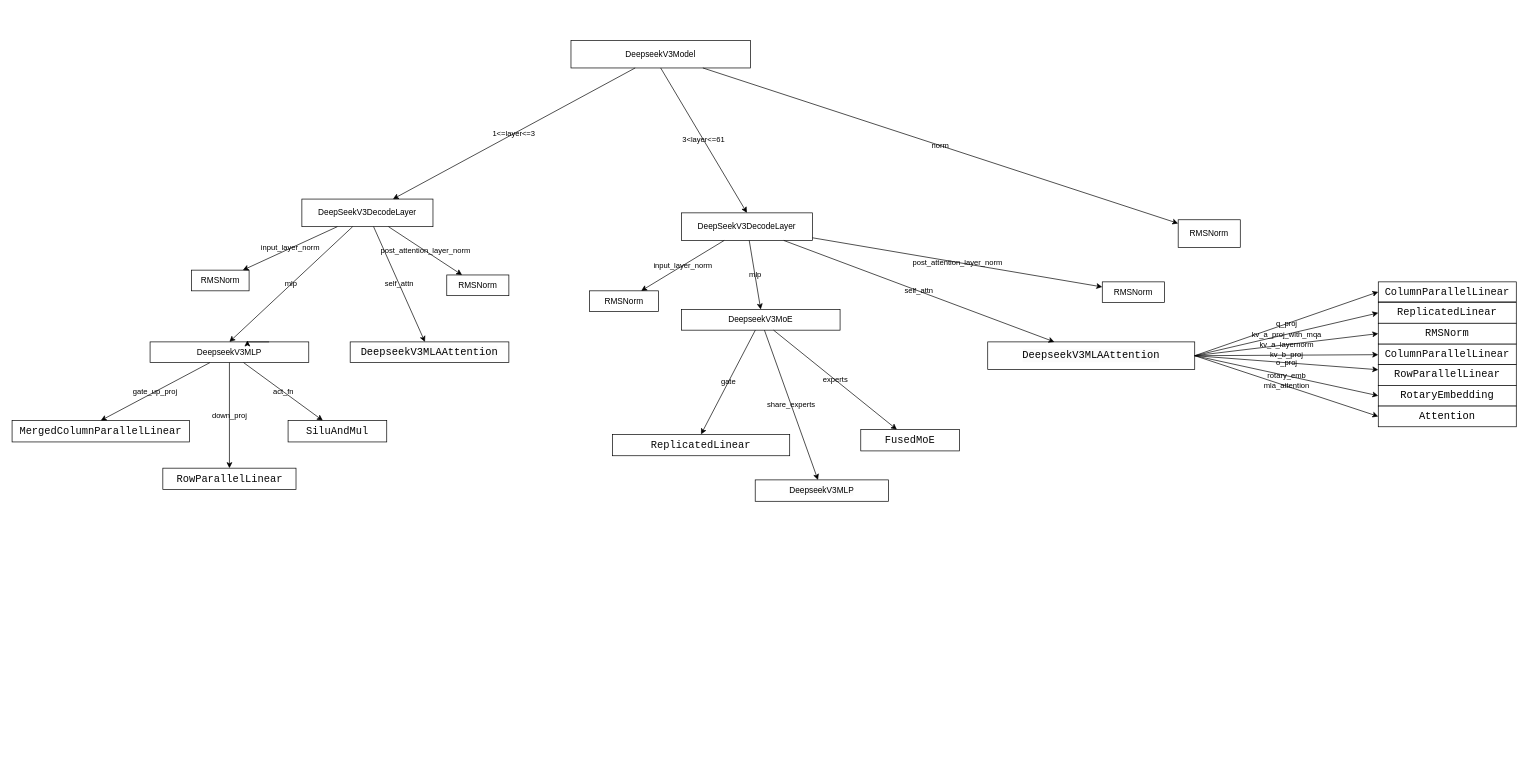
Before: page "model.deepseek_r1" (9 of 10) of vllm/engine/vllm.drawio in chaojun-zhang/vllm, a draw.io diagram. Source tidied: cells renumbered, new cells numbered last; positions are measured from the earlier drawing's top-left corner, leaving out a move shared by most shapes. Both pictures are drawn from the tidied source at 69%, with x=0, y=0 at pixel (12, 40).
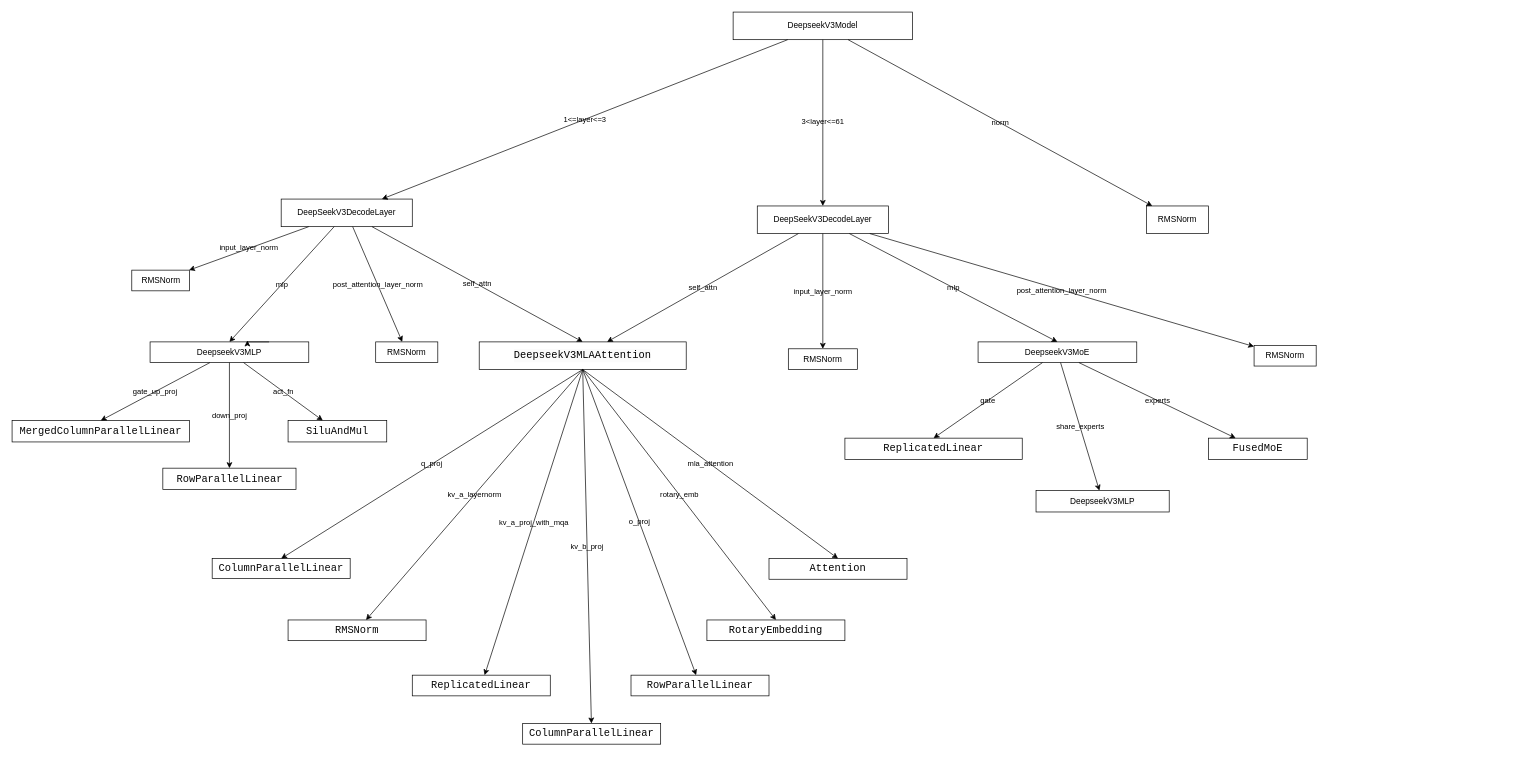
The same diagram, later.

Change to the diagram source:
```diff
@@
     <mxCell id="3" value="DeepSeekV3DecodeLayer" style="rounded=0;whiteSpace=wrap;html=1;labelBackgroundColor=none;" parent="1" vertex="1">
-      <mxGeometry x="420" y="230" width="190" height="40" as="geometry" />
+      <mxGeometry x="390" y="230" width="190" height="40" as="geometry" />
     </mxCell>
-    <mxCell id="4" value="&lt;div style=&quot;background-color: rgb(255, 255, 255); color: rgb(8, 8, 8);&quot;&gt;&lt;pre style=&quot;font-family:'JetBrains Mono',monospace;font-size:11.3pt;&quot;&gt;&lt;pre style=&quot;background-color: rgb(251, 251, 251); color: rgb(8, 8, 8); font-family: &amp;quot;JetBrains Mono&amp;quot;, monospace; font-size: 11.3pt;&quot;&gt;&lt;span style=&quot;color: rgb(0, 0, 0);&quot;&gt;DeepseekV3MLAAttention&lt;/span&gt;&lt;/pre&gt;&lt;/pre&gt;&lt;/div&gt;" style="rounded=0;whiteSpace=wrap;html=1;labelBackgroundColor=none;" parent="1" vertex="1">
-      <mxGeometry x="490" y="437" width="230" height="30" as="geometry" />
-    </mxCell>
     <mxCell id="5" value="RMSNorm" style="rounded=0;whiteSpace=wrap;html=1;labelBackgroundColor=none;" parent="1" vertex="1">
-      <mxGeometry x="260" y="333" width="83.5" height="30" as="geometry" />
+      <mxGeometry x="173.5" y="333" width="83.5" height="30" as="geometry" />
     </mxCell>
     <mxCell id="6" value="RMSNorm" style="rounded=0;whiteSpace=wrap;html=1;labelBackgroundColor=none;" parent="1" vertex="1">
-      <mxGeometry x="630" y="340" width="90" height="30" as="geometry" />
+      <mxGeometry x="527" y="437" width="90" height="30" as="geometry" />
     </mxCell>
@@
     <mxCell id="10" value="DeepseekV3Model" style="rounded=0;whiteSpace=wrap;html=1;labelBackgroundColor=none;" parent="1" vertex="1">
-      <mxGeometry x="810" width="260" height="40" as="geometry" />
+      <mxGeometry x="1045" y="-41" width="260" height="40" as="geometry" />
     </mxCell>
     <mxCell id="11" value="RMSNorm" style="rounded=0;whiteSpace=wrap;html=1;labelBackgroundColor=none;" parent="1" vertex="1">
-      <mxGeometry x="1690" y="260" width="90" height="40" as="geometry" />
+      <mxGeometry x="1644" y="240" width="90" height="40" as="geometry" />
     </mxCell>
     <mxCell id="12" value="&lt;div style=&quot;background-color:#ffffff;color:#080808&quot;&gt;&lt;pre style=&quot;font-family:'JetBrains Mono',monospace;font-size:11.3pt;&quot;&gt;ColumnParallelLinear&lt;/pre&gt;&lt;/div&gt;" style="rounded=0;whiteSpace=wrap;html=1;labelBackgroundColor=none;" parent="1" vertex="1">
-      <mxGeometry x="1980" y="350" width="200" height="29" as="geometry" />
+      <mxGeometry x="290" y="751" width="200" height="29" as="geometry" />
     </mxCell>
     <mxCell id="13" value="&lt;div style=&quot;background-color:#ffffff;color:#080808&quot;&gt;&lt;pre style=&quot;font-family:'JetBrains Mono',monospace;font-size:11.3pt;&quot;&gt;ReplicatedLinear&lt;/pre&gt;&lt;/div&gt;" style="rounded=0;whiteSpace=wrap;html=1;labelBackgroundColor=none;" parent="1" vertex="1">
-      <mxGeometry x="1980" y="380" width="200" height="30" as="geometry" />
+      <mxGeometry x="580" y="920" width="200" height="30" as="geometry" />
     </mxCell>
     <mxCell id="14" value="&lt;div style=&quot;background-color:#ffffff;color:#080808&quot;&gt;&lt;pre style=&quot;font-family:'JetBrains Mono',monospace;font-size:11.3pt;&quot;&gt;ColumnParallelLinear&lt;/pre&gt;&lt;/div&gt;" style="rounded=0;whiteSpace=wrap;html=1;labelBackgroundColor=none;" parent="1" vertex="1">
-      <mxGeometry x="1980" y="440" width="200" height="30" as="geometry" />
+      <mxGeometry x="740" y="990" width="200" height="30" as="geometry" />
     </mxCell>
     <mxCell id="15" value="&lt;div style=&quot;background-color: rgb(255, 255, 255); color: rgb(8, 8, 8);&quot;&gt;&lt;pre style=&quot;font-family:'JetBrains Mono',monospace;font-size:11.3pt;&quot;&gt;RowParallelLinear&lt;/pre&gt;&lt;/div&gt;" style="rounded=0;whiteSpace=wrap;html=1;labelBackgroundColor=none;" parent="1" vertex="1">
-      <mxGeometry x="1980" y="470" width="200" height="30" as="geometry" />
+      <mxGeometry x="897" y="920" width="200" height="30" as="geometry" />
     </mxCell>
     <mxCell id="16" value="&lt;div style=&quot;background-color: rgb(255, 255, 255); color: rgb(8, 8, 8);&quot;&gt;&lt;pre style=&quot;font-family:'JetBrains Mono',monospace;font-size:11.3pt;&quot;&gt;&lt;div&gt;&lt;pre style=&quot;font-family:'JetBrains Mono',monospace;font-size:11.3pt;&quot;&gt;&lt;span style=&quot;color:#000000;&quot;&gt;RotaryEmbedding&lt;/span&gt;&lt;/pre&gt;&lt;/div&gt;&lt;/pre&gt;&lt;/div&gt;" style="rounded=0;whiteSpace=wrap;html=1;labelBackgroundColor=none;" parent="1" vertex="1">
-      <mxGeometry x="1980" y="500" width="200" height="30" as="geometry" />
+      <mxGeometry x="1007" y="840" width="200" height="30" as="geometry" />
     </mxCell>
     <mxCell id="17" value="&lt;div style=&quot;background-color: rgb(255, 255, 255); color: rgb(8, 8, 8);&quot;&gt;&lt;pre style=&quot;font-family:'JetBrains Mono',monospace;font-size:11.3pt;&quot;&gt;&lt;div&gt;&lt;pre style=&quot;font-family:'JetBrains Mono',monospace;font-size:11.3pt;&quot;&gt;&lt;span style=&quot;color: rgb(0, 0, 0);&quot;&gt;Attention&lt;/span&gt;&lt;/pre&gt;&lt;/div&gt;&lt;/pre&gt;&lt;/div&gt;" style="rounded=0;whiteSpace=wrap;html=1;labelBackgroundColor=none;" parent="1" vertex="1">
-      <mxGeometry x="1980" y="530" width="200" height="30" as="geometry" />
+      <mxGeometry x="1097" y="751" width="200" height="30" as="geometry" />
     </mxCell>
@@
-    <mxCell id="25" value="self_attn" style="endArrow=classic;html=1;rounded=0;labelBackgroundColor=none;fontColor=default;" parent="1" edge="1" source="3" target="4">
+    <mxCell id="25" value="self_attn" style="endArrow=classic;html=1;rounded=0;labelBackgroundColor=none;fontColor=default;entryX=0.5;entryY=0;entryDx=0;entryDy=0;" parent="1" edge="1" source="3" target="30">
       <mxGeometry relative="1" as="geometry" />
     </mxCell>
@@
     <mxCell id="28" value="DeepseekV3MoE" style="rounded=0;whiteSpace=wrap;html=1;labelBackgroundColor=none;" parent="1" vertex="1">
-      <mxGeometry x="970" y="390" width="230" height="30" as="geometry" />
+      <mxGeometry x="1400" y="437" width="230" height="30" as="geometry" />
     </mxCell>
     <mxCell id="29" value="DeepSeekV3DecodeLayer" style="rounded=0;whiteSpace=wrap;html=1;labelBackgroundColor=none;" parent="1" vertex="1">
-      <mxGeometry x="970" y="250" width="190" height="40" as="geometry" />
+      <mxGeometry x="1080" y="240" width="190" height="40" as="geometry" />
     </mxCell>
     <mxCell id="30" value="&lt;div style=&quot;background-color: rgb(255, 255, 255); color: rgb(8, 8, 8);&quot;&gt;&lt;pre style=&quot;font-family:'JetBrains Mono',monospace;font-size:11.3pt;&quot;&gt;&lt;pre style=&quot;background-color: rgb(251, 251, 251); color: rgb(8, 8, 8); font-family: &amp;quot;JetBrains Mono&amp;quot;, monospace; font-size: 11.3pt;&quot;&gt;&lt;span style=&quot;color: rgb(0, 0, 0);&quot;&gt;DeepseekV3MLAAttention&lt;/span&gt;&lt;/pre&gt;&lt;/pre&gt;&lt;/div&gt;" style="rounded=0;whiteSpace=wrap;html=1;labelBackgroundColor=none;" parent="1" vertex="1">
-      <mxGeometry x="1414" y="437" width="300" height="40" as="geometry" />
+      <mxGeometry x="677" y="437" width="300" height="40" as="geometry" />
     </mxCell>
     <mxCell id="31" value="RMSNorm" style="rounded=0;whiteSpace=wrap;html=1;labelBackgroundColor=none;" parent="1" vertex="1">
-      <mxGeometry x="837" y="363" width="100" height="30" as="geometry" />
+      <mxGeometry x="1125" y="447" width="100" height="30" as="geometry" />
     </mxCell>
     <mxCell id="32" value="RMSNorm" style="rounded=0;whiteSpace=wrap;html=1;labelBackgroundColor=none;" parent="1" vertex="1">
-      <mxGeometry x="1580" y="350" width="90" height="30" as="geometry" />
+      <mxGeometry x="1800" y="442" width="90" height="30" as="geometry" />
     </mxCell>
     <mxCell id="33" value="&lt;div style=&quot;background-color: rgb(255, 255, 255); color: rgb(8, 8, 8);&quot;&gt;&lt;pre style=&quot;font-family:'JetBrains Mono',monospace;font-size:11.3pt;&quot;&gt;&lt;pre style=&quot;font-size: 11.3pt; font-family: &amp;quot;JetBrains Mono&amp;quot;, monospace;&quot;&gt;ReplicatedLinear&lt;/pre&gt;&lt;/pre&gt;&lt;/div&gt;" style="rounded=0;whiteSpace=wrap;html=1;labelBackgroundColor=none;" parent="1" vertex="1">
-      <mxGeometry x="870" y="571" width="257" height="31" as="geometry" />
+      <mxGeometry x="1207" y="576.5" width="257" height="31" as="geometry" />
     </mxCell>
     <mxCell id="34" value="&lt;div style=&quot;background-color: rgb(255, 255, 255); color: rgb(8, 8, 8);&quot;&gt;&lt;pre style=&quot;font-family:'JetBrains Mono',monospace;font-size:11.3pt;&quot;&gt;&lt;pre style=&quot;font-family:'JetBrains Mono',monospace;font-size:11.3pt;&quot;&gt;&lt;span style=&quot;color: rgb(0, 0, 0); font-family: Helvetica; font-size: 12px; white-space: normal; background-color: rgb(251, 251, 251);&quot;&gt;DeepseekV3MLP&lt;/span&gt;&lt;/pre&gt;&lt;/pre&gt;&lt;/div&gt;" style="rounded=0;whiteSpace=wrap;html=1;labelBackgroundColor=none;" parent="1" vertex="1">
-      <mxGeometry x="1077" y="637" width="193" height="31" as="geometry" />
+      <mxGeometry x="1484" y="652.5" width="193" height="31" as="geometry" />
     </mxCell>
     <mxCell id="35" value="&lt;div style=&quot;background-color: rgb(255, 255, 255); color: rgb(8, 8, 8);&quot;&gt;&lt;pre style=&quot;font-family:'JetBrains Mono',monospace;font-size:11.3pt;&quot;&gt;&lt;pre style=&quot;font-family:'JetBrains Mono',monospace;font-size:11.3pt;&quot;&gt;&lt;pre style=&quot;font-size: 11.3pt; font-family: &amp;quot;JetBrains Mono&amp;quot;, monospace;&quot;&gt;FusedMoE&lt;/pre&gt;&lt;/pre&gt;&lt;/pre&gt;&lt;/div&gt;" style="rounded=0;whiteSpace=wrap;html=1;labelBackgroundColor=none;" parent="1" vertex="1">
-      <mxGeometry x="1230" y="564" width="143" height="31" as="geometry" />
+      <mxGeometry x="1734" y="576.5" width="143" height="31" as="geometry" />
     </mxCell>
@@
-    <mxCell id="44" value="q_proj" style="endArrow=classic;html=1;rounded=0;entryX=0;entryY=0.5;entryDx=0;entryDy=0;exitX=1;exitY=0.5;exitDx=0;exitDy=0;labelBackgroundColor=none;fontColor=default;" parent="1" edge="1" source="30" target="12">
+    <mxCell id="44" value="q_proj" style="endArrow=classic;html=1;rounded=0;entryX=0.5;entryY=0;entryDx=0;entryDy=0;exitX=0.5;exitY=1;exitDx=0;exitDy=0;labelBackgroundColor=none;fontColor=default;" parent="1" edge="1" source="30" target="12">
       <mxGeometry relative="1" as="geometry" />
     </mxCell>
-    <mxCell id="45" value="kv_a_proj_with_mqa" style="endArrow=classic;html=1;rounded=0;exitX=1;exitY=0.5;exitDx=0;exitDy=0;entryX=0;entryY=0.5;entryDx=0;entryDy=0;labelBackgroundColor=none;fontColor=default;" parent="1" edge="1" source="30" target="13">
+    <mxCell id="45" value="kv_a_proj_with_mqa" style="endArrow=classic;html=1;rounded=0;exitX=0.5;exitY=1;exitDx=0;exitDy=0;labelBackgroundColor=none;fontColor=default;" parent="1" edge="1" source="30" target="13">
       <mxGeometry relative="1" as="geometry" />
     </mxCell>
-    <mxCell id="46" value="kv_a_layernorm" style="endArrow=classic;html=1;rounded=0;exitX=1;exitY=0.5;exitDx=0;exitDy=0;entryX=0;entryY=0.5;entryDx=0;entryDy=0;labelBackgroundColor=none;fontColor=default;" parent="1" edge="1" source="30" target="51">
+    <mxCell id="46" value="kv_a_layernorm" style="endArrow=classic;html=1;rounded=0;exitX=0.5;exitY=1;exitDx=0;exitDy=0;labelBackgroundColor=none;fontColor=default;" parent="1" edge="1" source="30" target="51">
       <mxGeometry relative="1" as="geometry" />
     </mxCell>
-    <mxCell id="47" value="kv_b_proj" style="endArrow=classic;html=1;rounded=0;exitX=1;exitY=0.5;exitDx=0;exitDy=0;labelBackgroundColor=none;fontColor=default;" parent="1" edge="1" source="30" target="14">
+    <mxCell id="47" value="kv_b_proj" style="endArrow=classic;html=1;rounded=0;exitX=0.5;exitY=1;exitDx=0;exitDy=0;labelBackgroundColor=none;fontColor=default;" parent="1" edge="1" source="30" target="14">
       <mxGeometry relative="1" as="geometry" />
     </mxCell>
-    <mxCell id="48" value="o_proj" style="endArrow=classic;html=1;rounded=0;exitX=1;exitY=0.5;exitDx=0;exitDy=0;labelBackgroundColor=none;fontColor=default;" parent="1" edge="1" source="30" target="15">
+    <mxCell id="48" value="o_proj" style="endArrow=classic;html=1;rounded=0;exitX=0.5;exitY=1;exitDx=0;exitDy=0;labelBackgroundColor=none;fontColor=default;" parent="1" edge="1" source="30" target="15">
       <mxGeometry relative="1" as="geometry" />
     </mxCell>
-    <mxCell id="49" value="rotary_emb" style="endArrow=classic;html=1;rounded=0;entryX=0;entryY=0.5;entryDx=0;entryDy=0;exitX=1;exitY=0.5;exitDx=0;exitDy=0;labelBackgroundColor=none;fontColor=default;" parent="1" edge="1" source="30" target="16">
+    <mxCell id="49" value="rotary_emb" style="endArrow=classic;html=1;rounded=0;entryX=0.5;entryY=0;entryDx=0;entryDy=0;exitX=0.5;exitY=1;exitDx=0;exitDy=0;labelBackgroundColor=none;fontColor=default;" parent="1" edge="1" source="30" target="16">
       <mxGeometry relative="1" as="geometry" />
     </mxCell>
-    <mxCell id="50" value="mla_attention" style="endArrow=classic;html=1;rounded=0;entryX=0;entryY=0.5;entryDx=0;entryDy=0;exitX=1;exitY=0.5;exitDx=0;exitDy=0;labelBackgroundColor=none;fontColor=default;" parent="1" edge="1" source="30" target="17">
+    <mxCell id="50" value="mla_attention" style="endArrow=classic;html=1;rounded=0;entryX=0.5;entryY=0;entryDx=0;entryDy=0;labelBackgroundColor=none;fontColor=default;exitX=0.5;exitY=1;exitDx=0;exitDy=0;" parent="1" edge="1" source="30" target="17">
       <mxGeometry relative="1" as="geometry" />
     </mxCell>
     <mxCell id="51" value="&lt;div style=&quot;background-color:#ffffff;color:#080808&quot;&gt;&lt;pre style=&quot;font-family:'JetBrains Mono',monospace;font-size:11.3pt;&quot;&gt;RMSNorm&lt;/pre&gt;&lt;/div&gt;" style="rounded=0;whiteSpace=wrap;html=1;labelBackgroundColor=none;" parent="1" vertex="1">
-      <mxGeometry x="1980" y="410" width="200" height="30" as="geometry" />
+      <mxGeometry x="400" y="840" width="200" height="30" as="geometry" />
     </mxCell>
```
